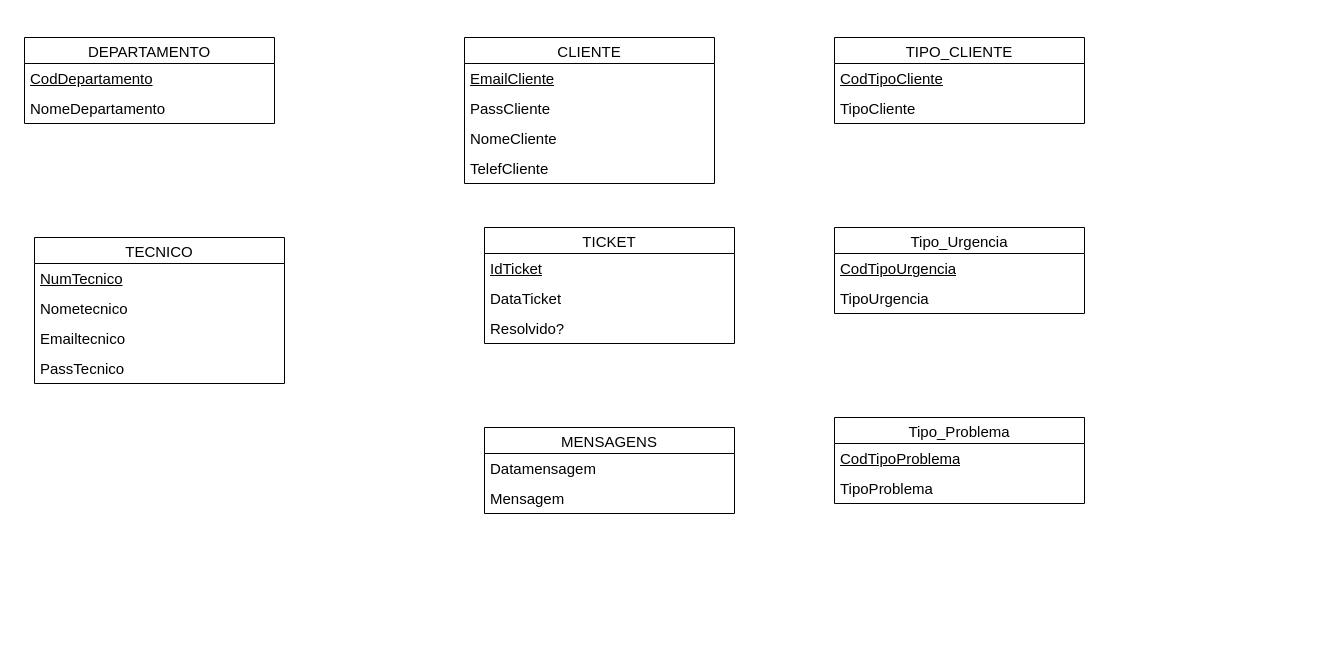
Above: page "Página-2" (2 of 2) of 2P_Ticket.drawio in Frederico994/Diagramas (draw.io), before the change. Source tidied: cells renumbered, new cells numbered last; positions are measured from the earlier drawing's top-left corner, leaving out a move shared by most shapes. Both pictures are drawn from the tidied source at 100%, with x=0, y=0 at pixel (24, 37).
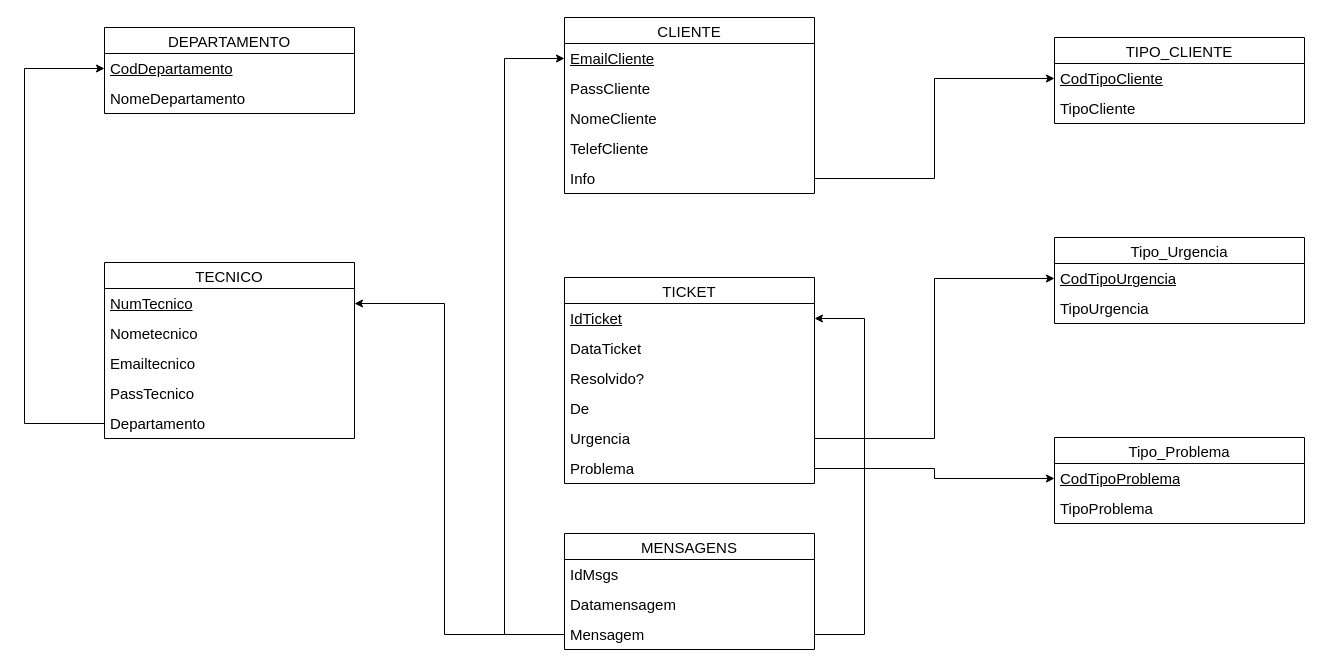
After the change.

The change refers to these unchanged cells:
```xml
<mxCell id="3" value="EmailCliente" style="text;strokeColor=none;fillColor=none;spacingLeft=4;spacingRight=4;overflow=hidden;points=[[0,0.5],[1,0.5]];portConstraint=eastwest;fontSize=15;whiteSpace=wrap;html=1;fontStyle=4;" parent="2" vertex="1">
  <mxGeometry y="26" width="250" height="30" as="geometry" />
</mxCell>
<mxCell id="8" value="IdTicket" style="text;strokeColor=none;fillColor=none;spacingLeft=4;spacingRight=4;overflow=hidden;points=[[0,0.5],[1,0.5]];portConstraint=eastwest;fontSize=15;whiteSpace=wrap;html=1;fontStyle=4;" parent="7" vertex="1">
  <mxGeometry y="26" width="250" height="30" as="geometry" />
</mxCell>
<mxCell id="12" value="CodTipoCliente" style="text;strokeColor=none;fillColor=none;spacingLeft=4;spacingRight=4;overflow=hidden;points=[[0,0.5],[1,0.5]];portConstraint=eastwest;fontSize=15;whiteSpace=wrap;html=1;fontStyle=4;" parent="11" vertex="1">
  <mxGeometry y="26" width="250" height="30" as="geometry" />
</mxCell>
<mxCell id="15" value="CodDepartamento" style="text;strokeColor=none;fillColor=none;spacingLeft=4;spacingRight=4;overflow=hidden;points=[[0,0.5],[1,0.5]];portConstraint=eastwest;fontSize=15;whiteSpace=wrap;html=1;fontStyle=4;" parent="14" vertex="1">
  <mxGeometry y="26" width="250" height="30" as="geometry" />
</mxCell>
<mxCell id="18" value="NumTecnico" style="text;strokeColor=none;fillColor=none;spacingLeft=4;spacingRight=4;overflow=hidden;points=[[0,0.5],[1,0.5]];portConstraint=eastwest;fontSize=15;whiteSpace=wrap;html=1;fontStyle=4;" parent="17" vertex="1">
  <mxGeometry y="26" width="250" height="30" as="geometry" />
</mxCell>
<mxCell id="26" value="CodTipoUrgencia" style="text;strokeColor=none;fillColor=none;spacingLeft=4;spacingRight=4;overflow=hidden;points=[[0,0.5],[1,0.5]];portConstraint=eastwest;fontSize=15;whiteSpace=wrap;html=1;fontStyle=4;" parent="25" vertex="1">
  <mxGeometry y="26" width="250" height="30" as="geometry" />
</mxCell>
<mxCell id="29" value="CodTipoProblema" style="text;strokeColor=none;fillColor=none;spacingLeft=4;spacingRight=4;overflow=hidden;points=[[0,0.5],[1,0.5]];portConstraint=eastwest;fontSize=15;whiteSpace=wrap;html=1;fontStyle=4;" parent="28" vertex="1">
  <mxGeometry y="26" width="250" height="30" as="geometry" />
</mxCell>
```

The edit, as a diff of the source:
```diff
@@
     <mxCell id="2" value="CLIENTE" style="swimlane;fontStyle=0;horizontal=1;startSize=26;align=center;fontSize=15;strokeWidth=1;" parent="1" vertex="1">
-      <mxGeometry x="440" width="250" height="146" as="geometry" />
+      <mxGeometry x="540" y="-20" width="250" height="176" as="geometry" />
     </mxCell>
@@
+    <mxCell id="31" value="Info" style="text;strokeColor=none;fillColor=none;spacingLeft=4;spacingRight=4;overflow=hidden;points=[[0,0.5],[1,0.5]];portConstraint=eastwest;fontSize=15;whiteSpace=wrap;html=1;" parent="2" vertex="1">
+      <mxGeometry y="146" width="250" height="30" as="geometry" />
+    </mxCell>
     <mxCell id="7" value="TICKET" style="swimlane;fontStyle=0;horizontal=1;startSize=26;align=center;fontSize=15;strokeWidth=1;" parent="1" vertex="1">
-      <mxGeometry x="460" y="190" width="250" height="116" as="geometry" />
+      <mxGeometry x="540" y="240" width="250" height="206" as="geometry" />
     </mxCell>
@@
+    <mxCell id="32" value="De" style="text;strokeColor=none;fillColor=none;spacingLeft=4;spacingRight=4;overflow=hidden;fontSize=15;whiteSpace=wrap;html=1;" parent="7" vertex="1">
+      <mxGeometry y="116" width="250" height="30" as="geometry" />
+    </mxCell>
+    <mxCell id="33" value="Urgencia" style="text;strokeColor=none;fillColor=none;spacingLeft=4;spacingRight=4;overflow=hidden;points=[[0,0.5],[1,0.5]];portConstraint=eastwest;fontSize=15;whiteSpace=wrap;html=1;" parent="7" vertex="1">
+      <mxGeometry y="146" width="250" height="30" as="geometry" />
+    </mxCell>
+    <mxCell id="34" value="Problema" style="text;strokeColor=none;fillColor=none;spacingLeft=4;spacingRight=4;overflow=hidden;points=[[0,0.5],[1,0.5]];portConstraint=eastwest;fontSize=15;whiteSpace=wrap;html=1;" parent="7" vertex="1">
+      <mxGeometry y="176" width="250" height="30" as="geometry" />
+    </mxCell>
     <mxCell id="11" value="TIPO_CLIENTE" style="swimlane;fontStyle=0;horizontal=1;startSize=26;align=center;fontSize=15;strokeWidth=1;" parent="1" vertex="1">
-      <mxGeometry x="810" width="250" height="86" as="geometry" />
+      <mxGeometry x="1030" width="250" height="86" as="geometry" />
     </mxCell>
@@
     <mxCell id="14" value="DEPARTAMENTO" style="swimlane;fontStyle=0;horizontal=1;startSize=26;align=center;fontSize=15;strokeWidth=1;" parent="1" vertex="1">
-      <mxGeometry width="250" height="86" as="geometry" />
+      <mxGeometry x="80" y="-10" width="250" height="86" as="geometry" />
     </mxCell>
@@
     <mxCell id="17" value="TECNICO" style="swimlane;fontStyle=0;horizontal=1;startSize=26;align=center;fontSize=15;strokeWidth=1;" parent="1" vertex="1">
-      <mxGeometry x="10" y="200" width="250" height="146" as="geometry" />
+      <mxGeometry x="80" y="225" width="250" height="176" as="geometry" />
     </mxCell>
@@
+    <mxCell id="35" value="Departamento" style="text;strokeColor=none;fillColor=none;spacingLeft=4;spacingRight=4;overflow=hidden;points=[[0,0.5],[1,0.5]];portConstraint=eastwest;fontSize=15;whiteSpace=wrap;html=1;" parent="17" vertex="1">
+      <mxGeometry y="146" width="250" height="30" as="geometry" />
+    </mxCell>
     <mxCell id="22" value="MENSAGENS" style="swimlane;fontStyle=0;horizontal=1;startSize=26;align=center;fontSize=15;strokeWidth=1;" parent="1" vertex="1">
-      <mxGeometry x="460" y="390" width="250" height="86" as="geometry" />
+      <mxGeometry x="540" y="496" width="250" height="116" as="geometry" />
     </mxCell>
+    <mxCell id="36" value="IdMsgs" style="text;strokeColor=none;fillColor=none;spacingLeft=4;spacingRight=4;overflow=hidden;fontSize=15;whiteSpace=wrap;html=1;fontStyle=0;" parent="22" vertex="1">
+      <mxGeometry y="26" width="250" height="30" as="geometry" />
+    </mxCell>
     <mxCell id="23" value="Datamensagem" style="text;strokeColor=none;fillColor=none;spacingLeft=4;spacingRight=4;overflow=hidden;fontSize=15;whiteSpace=wrap;html=1;fontStyle=0;" parent="22" vertex="1">
-      <mxGeometry y="26" width="250" height="30" as="geometry" />
+      <mxGeometry y="56" width="250" height="30" as="geometry" />
     </mxCell>
     <mxCell id="24" value="Mensagem" style="text;strokeColor=none;fillColor=none;spacingLeft=4;spacingRight=4;overflow=hidden;fontSize=15;whiteSpace=wrap;html=1;" parent="22" vertex="1">
-      <mxGeometry y="56" width="250" height="30" as="geometry" />
+      <mxGeometry y="86" width="250" height="30" as="geometry" />
     </mxCell>
     <mxCell id="25" value="Tipo_Urgencia" style="swimlane;fontStyle=0;horizontal=1;startSize=26;align=center;fontSize=15;strokeWidth=1;" parent="1" vertex="1">
-      <mxGeometry x="810" y="190" width="250" height="86" as="geometry" />
+      <mxGeometry x="1030" y="200" width="250" height="86" as="geometry" />
     </mxCell>
@@
     <mxCell id="28" value="Tipo_Problema" style="swimlane;fontStyle=0;horizontal=1;startSize=26;align=center;fontSize=15;strokeWidth=1;" parent="1" vertex="1">
-      <mxGeometry x="810" y="380" width="250" height="86" as="geometry" />
+      <mxGeometry x="1030" y="400" width="250" height="86" as="geometry" />
     </mxCell>
@@
+    <mxCell id="37" style="edgeStyle=orthogonalEdgeStyle;rounded=0;jettySize=auto;html=1;exitX=0;exitY=0.5;exitDx=0;exitDy=0;entryX=1;entryY=0.5;entryDx=0;entryDy=0;" parent="1" edge="1" target="18">
+      <mxGeometry relative="1" as="geometry">
+        <mxPoint x="540" y="597" as="sourcePoint" />
+        <Array as="points">
+          <mxPoint x="420" y="597" />
+          <mxPoint x="420" y="266" />
+        </Array>
+      </mxGeometry>
+    </mxCell>
+    <mxCell id="38" style="edgeStyle=orthogonalEdgeStyle;rounded=0;jettySize=auto;html=1;exitX=0;exitY=0.5;exitDx=0;exitDy=0;entryX=0;entryY=0.5;entryDx=0;entryDy=0;" parent="1" edge="1" target="3">
+      <mxGeometry relative="1" as="geometry">
+        <mxPoint x="540" y="597" as="sourcePoint" />
+        <Array as="points">
+          <mxPoint x="480" y="597" />
+          <mxPoint x="480" y="21" />
+        </Array>
+      </mxGeometry>
+    </mxCell>
+    <mxCell id="39" style="edgeStyle=orthogonalEdgeStyle;rounded=0;jettySize=auto;html=1;exitX=1;exitY=0.5;exitDx=0;exitDy=0;entryX=1;entryY=0.5;entryDx=0;entryDy=0;" parent="1" edge="1" target="8">
+      <mxGeometry relative="1" as="geometry">
+        <mxPoint x="790" y="597" as="sourcePoint" />
+        <Array as="points">
+          <mxPoint x="840" y="597" />
+          <mxPoint x="840" y="281" />
+        </Array>
+      </mxGeometry>
+    </mxCell>
+    <mxCell id="40" style="edgeStyle=orthogonalEdgeStyle;rounded=0;jettySize=auto;html=1;exitX=1;exitY=0.5;exitDx=0;exitDy=0;entryX=0;entryY=0.5;entryDx=0;entryDy=0;" parent="1" edge="1" source="34" target="29">
+      <mxGeometry relative="1" as="geometry" />
+    </mxCell>
+    <mxCell id="41" style="edgeStyle=orthogonalEdgeStyle;rounded=0;jettySize=auto;html=1;exitX=1;exitY=0.5;exitDx=0;exitDy=0;entryX=0;entryY=0.5;entryDx=0;entryDy=0;" parent="1" edge="1" source="33" target="26">
+      <mxGeometry relative="1" as="geometry" />
+    </mxCell>
+    <mxCell id="42" style="edgeStyle=orthogonalEdgeStyle;rounded=0;jettySize=auto;html=1;exitX=0;exitY=0.5;exitDx=0;exitDy=0;entryX=0;entryY=0.5;entryDx=0;entryDy=0;" parent="1" edge="1" source="35" target="15">
+      <mxGeometry relative="1" as="geometry">
+        <Array as="points">
+          <mxPoint y="386" />
+          <mxPoint y="31" />
+        </Array>
+      </mxGeometry>
+    </mxCell>
+    <mxCell id="43" style="edgeStyle=orthogonalEdgeStyle;rounded=0;jettySize=auto;html=1;exitX=1;exitY=0.5;exitDx=0;exitDy=0;entryX=0;entryY=0.5;entryDx=0;entryDy=0;" parent="1" edge="1" source="31" target="12">
+      <mxGeometry relative="1" as="geometry" />
+    </mxCell>
```
